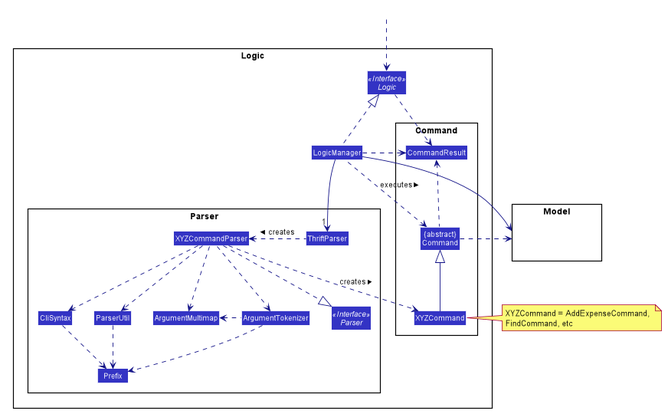
Earlier version of the PlantUML export docs/images/LogicClassDiagram.png (nus-cs2103-AY1920S1/addressbook-level3).
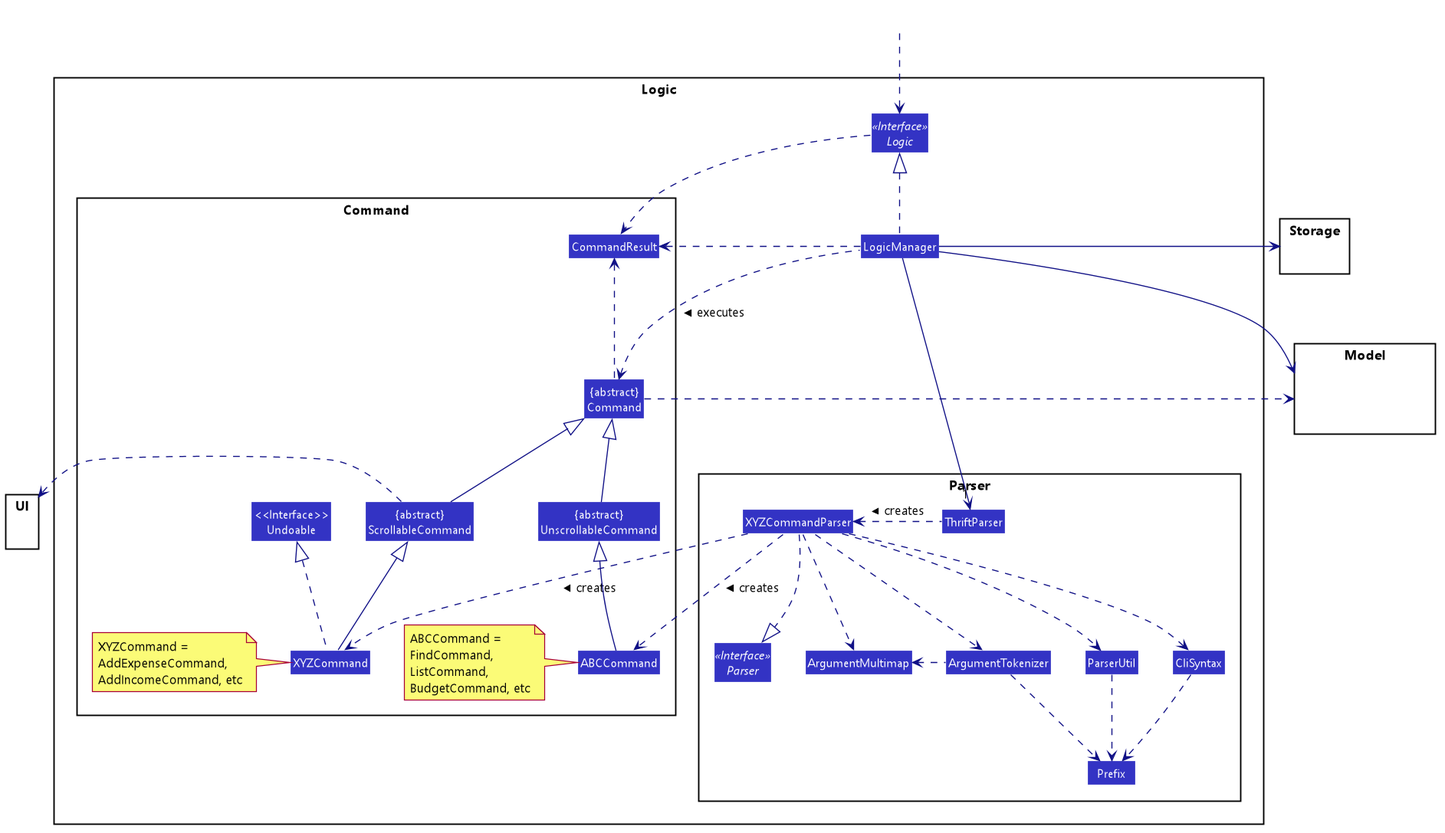
Above is the later version.

Change to the diagram source:
```diff
@@ -11,18 +11,23 @@
 
 skinparam Shadowing false
 
+skinparam MinClassWidth 50
+skinparam ParticipantPadding 10
+skinparam DefaultTextAlignment center
+skinparam packageStyle Rectangle
+
+skinparam defaultFontName Segoe UI
+
 skinparam Class {
     FontColor #FFFFFF
     BorderThickness 1
     BorderColor #FFFFFF
     StereotypeFontColor #FFFFFF
-    FontName Arial
 }
 
 skinparam Actor {
     BorderColor #000000
     Color #000000
-    FontName Arial
 }
 
 skinparam Sequence {
@@ -30,7 +35,6 @@
     BoxFontSize 15
     BoxPadding 0
     BoxFontColor #FFFFFF
-    FontName Arial
 }
 
 skinparam Participant {
@@ -38,11 +42,6 @@
     Padding 20
 }
 
-skinparam MinClassWidth 50
-skinparam ParticipantPadding 10
-skinparam Shadowing false
-skinparam DefaultTextAlignment center
-skinparam packageStyle Rectangle
 
 hide footbox
 hide members
@@ -65,9 +64,15 @@
 }
 
 package Command {
+Class ABCCommand
+note left: ABCCommand = \nFindCommand, \nListCommand, \nBudgetCommand, etc
 Class XYZCommand
+note left: XYZCommand = \nAddExpenseCommand, \nAddIncomeCommand, etc
 Class CommandResult
 Class "{abstract}\nCommand" as Command
+class "<<Interface>>\nUndoable" as Undoable
+Class "{abstract}\nScrollableCommand" as ScrollableCommand
+Class "{abstract}\nUnscrollableCommand" as UnscrollableCommand
 }
 
 Interface Logic <<Interface>>
@@ -75,6 +80,14 @@
 }
 
 package Model{
+Class HiddenModel #FFFFFF
+}
+
+package Storage{
+Class HiddenModel #FFFFFF
+}
+
+package UI{
 Class HiddenModel #FFFFFF
 }
 
@@ -86,6 +99,7 @@
 ThriftParser .left.> XYZCommandParser: creates >
 
 XYZCommandParser ..> XYZCommand : creates >
+XYZCommandParser ..> ABCCommand : creates >
 XYZCommandParser ..|> Parser
 XYZCommandParser ..> ArgumentMultimap
 XYZCommandParser ..> ArgumentTokenizer
@@ -95,12 +109,24 @@
 XYZCommandParser ..> ParserUtil
 ParserUtil .down.> Prefix
 ArgumentTokenizer .down.> Prefix
-XYZCommand -up-|> Command
+ScrollableCommand -up-|> Command
+UnscrollableCommand -up-|> Command
+XYZCommand .up.|> Undoable
+XYZCommand -up-|> ScrollableCommand
+ABCCommand -up-|>UnscrollableCommand
 LogicManager .left.> Command : executes >
 
 LogicManager --> Model
 Command .right.> Model
-note right of XYZCommand: XYZCommand = AddExpenseCommand, \nFindCommand, etc
+
+ScrollableCommand ..> UI
+LogicManager -right-> Storage
+
+ScrollableCommand -[hidden]left- UI
+ThriftParser -[hidden]up- Logic
+Undoable -[hidden]right- ThriftParser
+XYZCommand -[hidden]right- ParserUtil
+
 
 Logic ..> CommandResult
 LogicManager .down.> CommandResult
```
